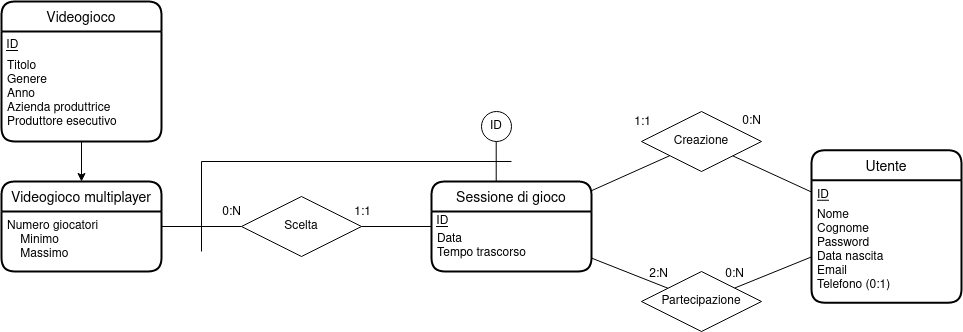
chrg127/db-online-console keeps this draw.io diagram as other/session.png. Above is the earlier version. Source tidied: cells renumbered, new cells last; positions are measured from the earlier drawing's top-left corner, leaving out a move shared by most shapes.
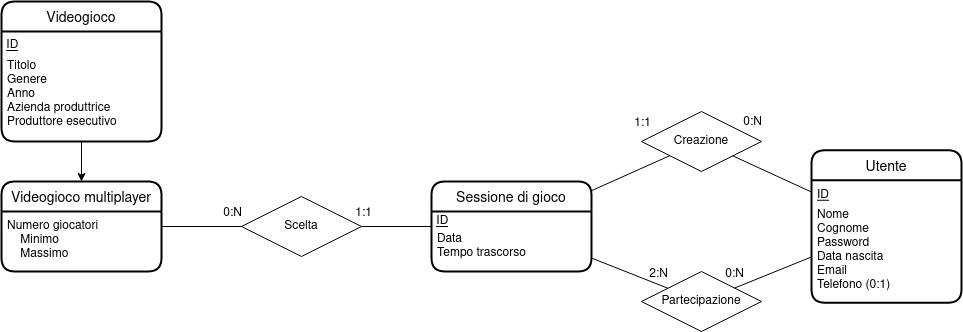
After the change.

The edit, as a diff of the source:
```diff
@@ -87,27 +87,6 @@
         <mxPoint x="-50" y="-61" as="offset" />
       </mxGeometry>
     </mxCell>
-    <mxCell id="27" style="endArrow=none;html=1;rounded=0;" parent="1" edge="1">
-      <mxGeometry relative="1" as="geometry">
-        <mxPoint x="200" y="160" as="sourcePoint" />
-        <mxPoint x="510" y="160" as="targetPoint" />
-      </mxGeometry>
-    </mxCell>
-    <mxCell id="28" style="endArrow=none;html=1;rounded=0;" parent="1" edge="1">
-      <mxGeometry relative="1" as="geometry">
-        <mxPoint x="200" y="160" as="sourcePoint" />
-        <mxPoint x="200" y="250" as="targetPoint" />
-      </mxGeometry>
-    </mxCell>
-    <mxCell id="29" style="endArrow=none;html=1;rounded=0;" parent="1" edge="1">
-      <mxGeometry relative="1" as="geometry">
-        <mxPoint x="494.7" y="140" as="sourcePoint" />
-        <mxPoint x="494.7" y="180" as="targetPoint" />
-      </mxGeometry>
-    </mxCell>
-    <mxCell id="30" value="ID" style="ellipse;whiteSpace=wrap;html=1;align=center;fillColor=none;" parent="1" vertex="1">
-      <mxGeometry x="480" y="110" width="30" height="30" as="geometry" />
-    </mxCell>
     <mxCell id="31" style="endArrow=none;html=1;rounded=0;" parent="1" edge="1" source="5" target="24">
       <mxGeometry relative="1" as="geometry" />
     </mxCell>
```
